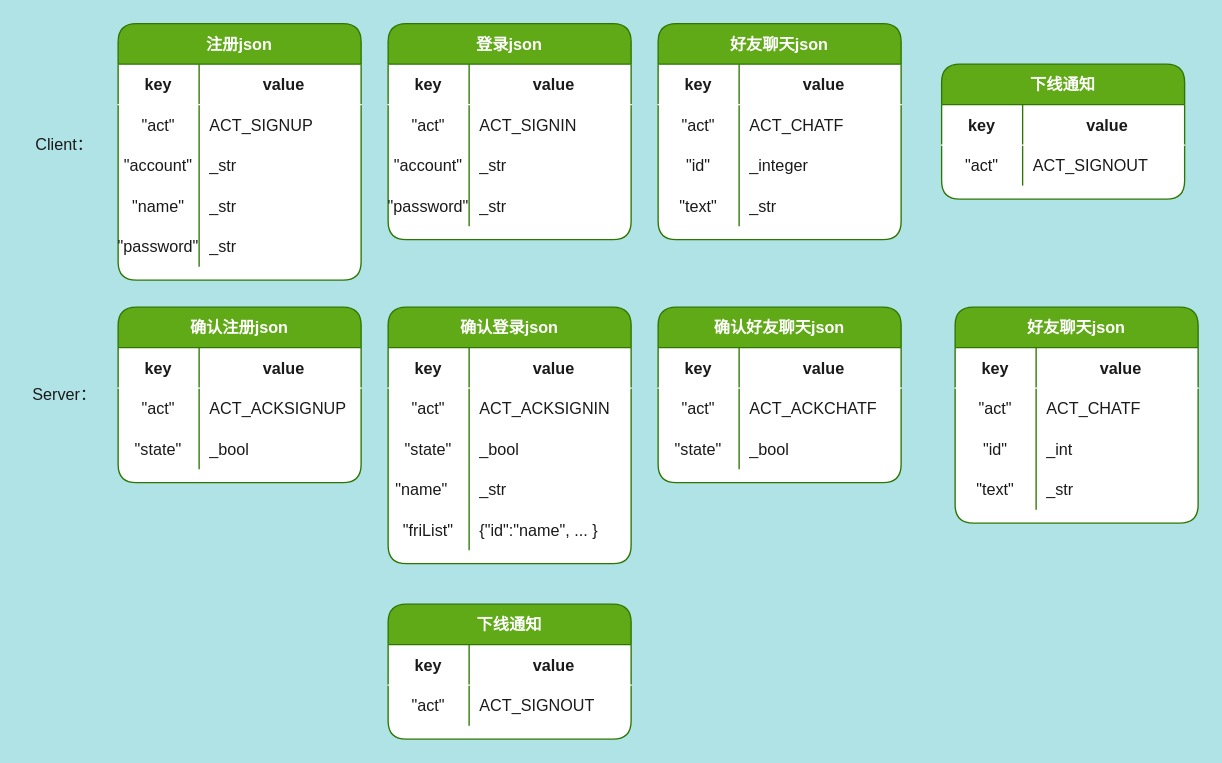
Before: json约定.drawio in leo-zhang-git/Gchatpro-file, a draw.io diagram. Source tidied: cells renumbered, new cells numbered last; positions are measured from the earlier drawing's top-left corner, leaving out a move shared by most shapes. Both pictures are drawn from the tidied source at 135%, with x=0, y=0 at pixel (23, 23).
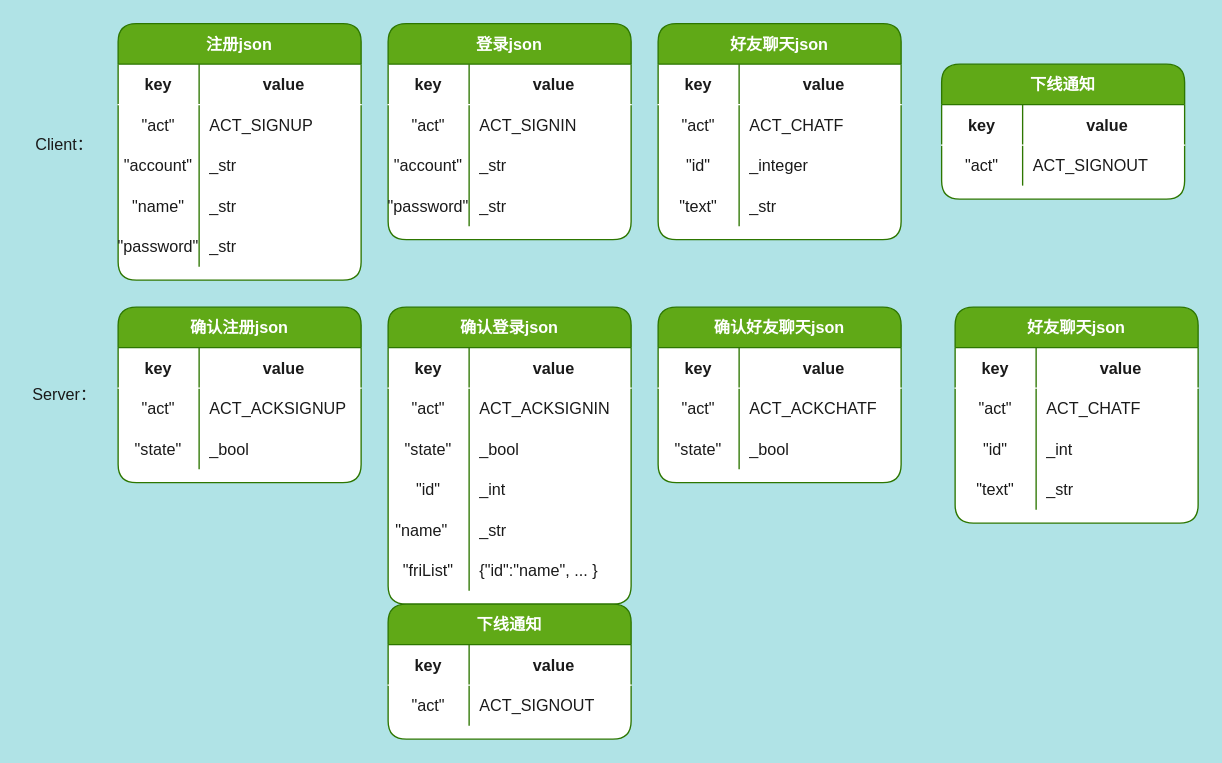
The same page after the edit.

The edit, as a diff of the source:
```diff
@@
     <mxCell id="56" value="确认登录json" style="shape=table;startSize=30;childLayout=tableLayout;rowLines=0;fontStyle=1;align=center;rounded=1;shadow=0;fillColor=#60a917;strokeColor=#2D7600;fontColor=#ffffff;flipH=1;flipV=0;swimlaneFillColor=default;" parent="1" vertex="1">
-      <mxGeometry x="270" y="210" width="180" height="190" as="geometry" />
+      <mxGeometry x="270" y="210" width="180" height="220" as="geometry" />
     </mxCell>
@@
+    <mxCell id="109" style="shape=tableRow;horizontal=0;startSize=0;swimlaneHead=0;swimlaneBody=0;fillColor=none;top=0;left=0;right=0;bottom=0;rounded=1;shadow=0;fontColor=#1A1A1A;strokeColor=#FFFFFF;" parent="56" vertex="1">
+      <mxGeometry y="120" width="180" height="30" as="geometry" />
+    </mxCell>
+    <mxCell id="110" value="&quot;id&quot;" style="shape=partialRectangle;fillColor=none;top=0;left=0;bottom=0;right=0;overflow=hidden;rounded=1;shadow=0;fontColor=#1A1A1A;strokeColor=#FFFFFF;" parent="109" vertex="1">
+      <mxGeometry width="60" height="30" as="geometry" />
+    </mxCell>
+    <mxCell id="111" value="_int" style="shape=partialRectangle;fillColor=none;top=0;left=0;bottom=0;right=0;align=left;spacingLeft=6;overflow=hidden;rounded=1;shadow=0;fontColor=#1A1A1A;strokeColor=#FFFFFF;" parent="109" vertex="1">
+      <mxGeometry x="60" width="120" height="30" as="geometry" />
+    </mxCell>
     <mxCell id="66" style="shape=tableRow;horizontal=0;startSize=0;swimlaneHead=0;swimlaneBody=0;fillColor=none;top=0;left=0;right=0;bottom=0;rounded=1;shadow=0;fontColor=#1A1A1A;strokeColor=#FFFFFF;" parent="56" vertex="1">
-      <mxGeometry y="120" width="180" height="30" as="geometry" />
+      <mxGeometry y="150" width="180" height="30" as="geometry" />
     </mxCell>
@@
     <mxCell id="69" style="shape=tableRow;horizontal=0;startSize=0;swimlaneHead=0;swimlaneBody=0;fillColor=none;top=0;left=0;right=0;bottom=0;rounded=1;shadow=0;fontColor=#1A1A1A;strokeColor=#FFFFFF;" parent="56" vertex="1">
-      <mxGeometry y="150" width="180" height="30" as="geometry" />
+      <mxGeometry y="180" width="180" height="30" as="geometry" />
     </mxCell>
```
